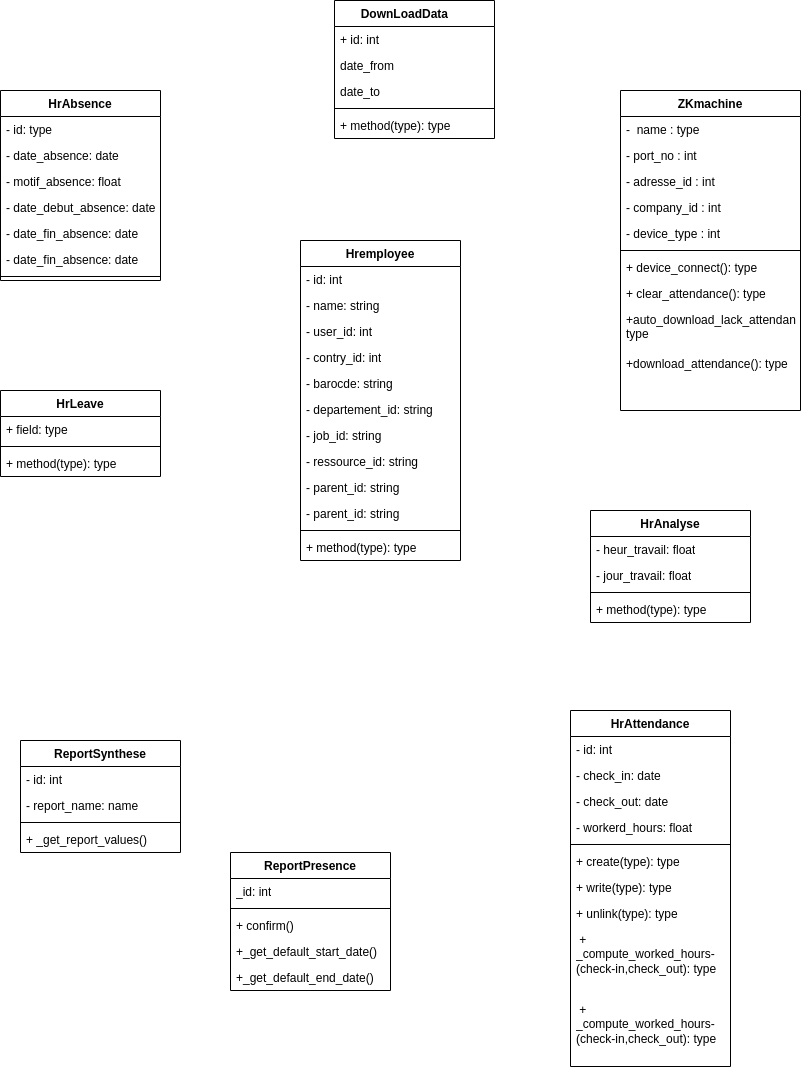
This is static/Diagramme de classe.drawio.png from Siluearsene/borne_biometrique, a draw.io export, as it was before one commit. Source tidied: cells renumbered, new cells last; positions are measured from the earlier drawing's top-left corner, leaving out a move shared by most shapes.
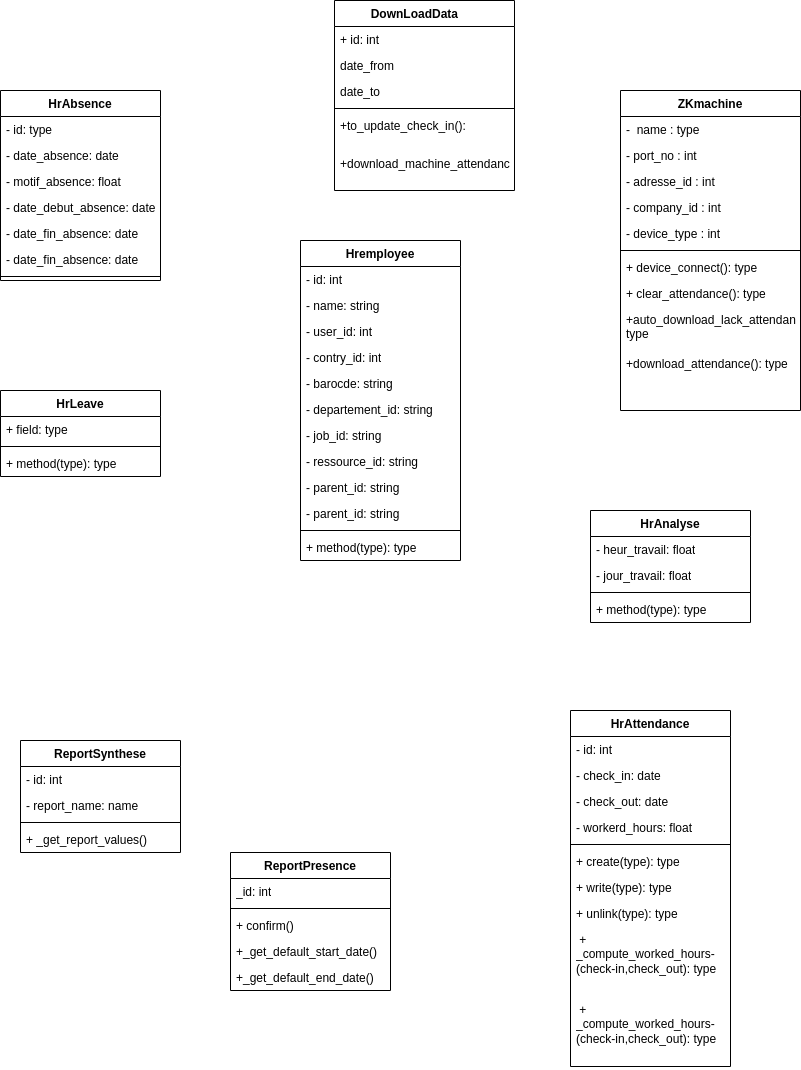
Above is the later version.

Commit message:
Mettre à jour Diagramme de classe.drawio.png

What changed in the source:
```diff
@@ -192,22 +192,25 @@
       <mxGeometry y="112" width="160" height="26" as="geometry" />
     </mxCell>
     <mxCell id="65" value="DownLoadData&lt;span style=&quot;white-space: pre;&quot;&gt;&#9;&lt;/span&gt;" style="swimlane;fontStyle=1;align=center;verticalAlign=top;horizontal=1;startSize=26;whiteSpace=wrap;html=1;" parent="1" vertex="1">
-      <mxGeometry x="334" width="160" height="138" as="geometry" />
+      <mxGeometry x="334" width="180" height="190" as="geometry" />
     </mxCell>
     <mxCell id="66" value="+ id: int" style="text;strokeColor=none;fillColor=none;align=left;verticalAlign=top;spacingLeft=4;spacingRight=4;overflow=hidden;whiteSpace=wrap;html=1;" parent="65" vertex="1">
-      <mxGeometry y="26" width="160" height="26" as="geometry" />
+      <mxGeometry y="26" width="180" height="26" as="geometry" />
     </mxCell>
     <mxCell id="67" value="date_from" style="text;strokeColor=none;fillColor=none;align=left;verticalAlign=top;spacingLeft=4;spacingRight=4;overflow=hidden;whiteSpace=wrap;html=1;" parent="65" vertex="1">
-      <mxGeometry y="52" width="160" height="26" as="geometry" />
+      <mxGeometry y="52" width="180" height="26" as="geometry" />
     </mxCell>
     <mxCell id="68" value="date_to" style="text;strokeColor=none;fillColor=none;align=left;verticalAlign=top;spacingLeft=4;spacingRight=4;overflow=hidden;whiteSpace=wrap;html=1;" parent="65" vertex="1">
-      <mxGeometry y="78" width="160" height="26" as="geometry" />
+      <mxGeometry y="78" width="180" height="26" as="geometry" />
     </mxCell>
     <mxCell id="69" style="line;strokeWidth=1;fillColor=none;align=left;verticalAlign=middle;spacingTop=-1;spacingLeft=3;spacingRight=3;labelPosition=right;strokeColor=inherit;" parent="65" vertex="1">
-      <mxGeometry y="104" width="160" height="8" as="geometry" />
+      <mxGeometry y="104" width="180" height="8" as="geometry" />
     </mxCell>
-    <mxCell id="70" value="+ method(type): type" style="text;strokeColor=none;fillColor=none;align=left;verticalAlign=top;spacingLeft=4;spacingRight=4;overflow=hidden;whiteSpace=wrap;html=1;" parent="65" vertex="1">
-      <mxGeometry y="112" width="160" height="26" as="geometry" />
+    <mxCell id="70" value="+to_update_check_in&lt;span style=&quot;background-color: initial;&quot;&gt;():&lt;/span&gt;" style="text;strokeColor=none;fillColor=none;align=left;verticalAlign=top;spacingLeft=4;spacingRight=4;overflow=hidden;whiteSpace=wrap;html=1;" parent="65" vertex="1">
+      <mxGeometry y="112" width="180" height="38" as="geometry" />
     </mxCell>
+    <mxCell id="71" value="+download_machine_attendance()" style="text;strokeColor=none;fillColor=none;align=left;verticalAlign=top;spacingLeft=4;spacingRight=4;overflow=hidden;whiteSpace=wrap;html=1;" parent="65" vertex="1">
+      <mxGeometry y="150" width="180" height="40" as="geometry" />
+    </mxCell>
   </root>
 </mxGraphModel>
```
